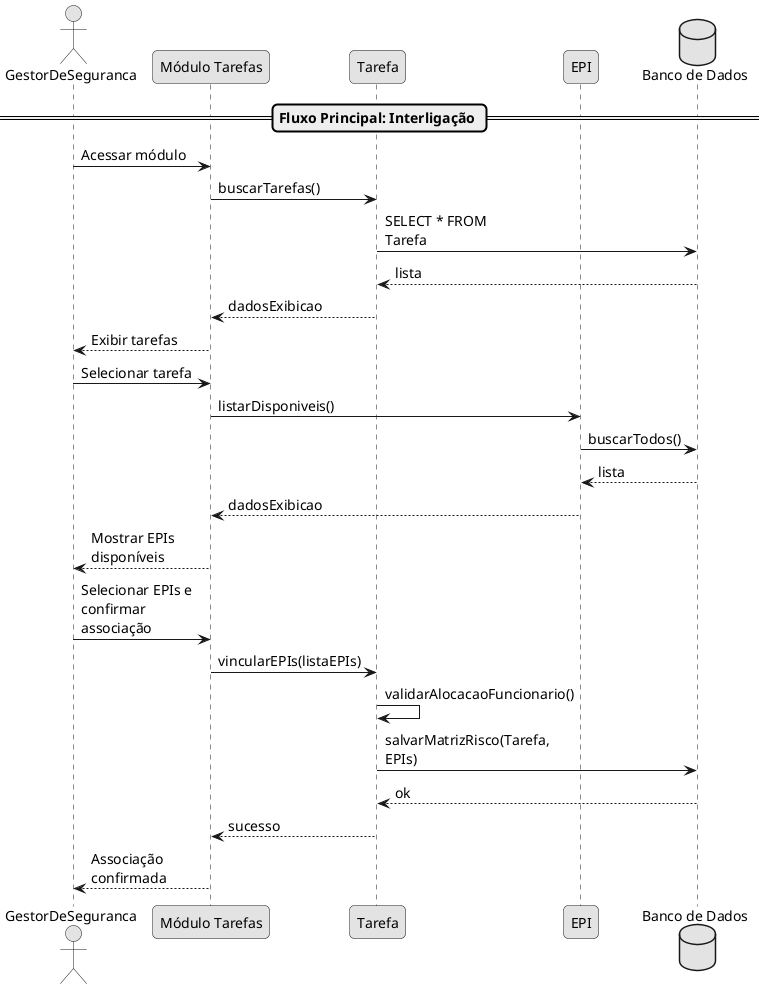
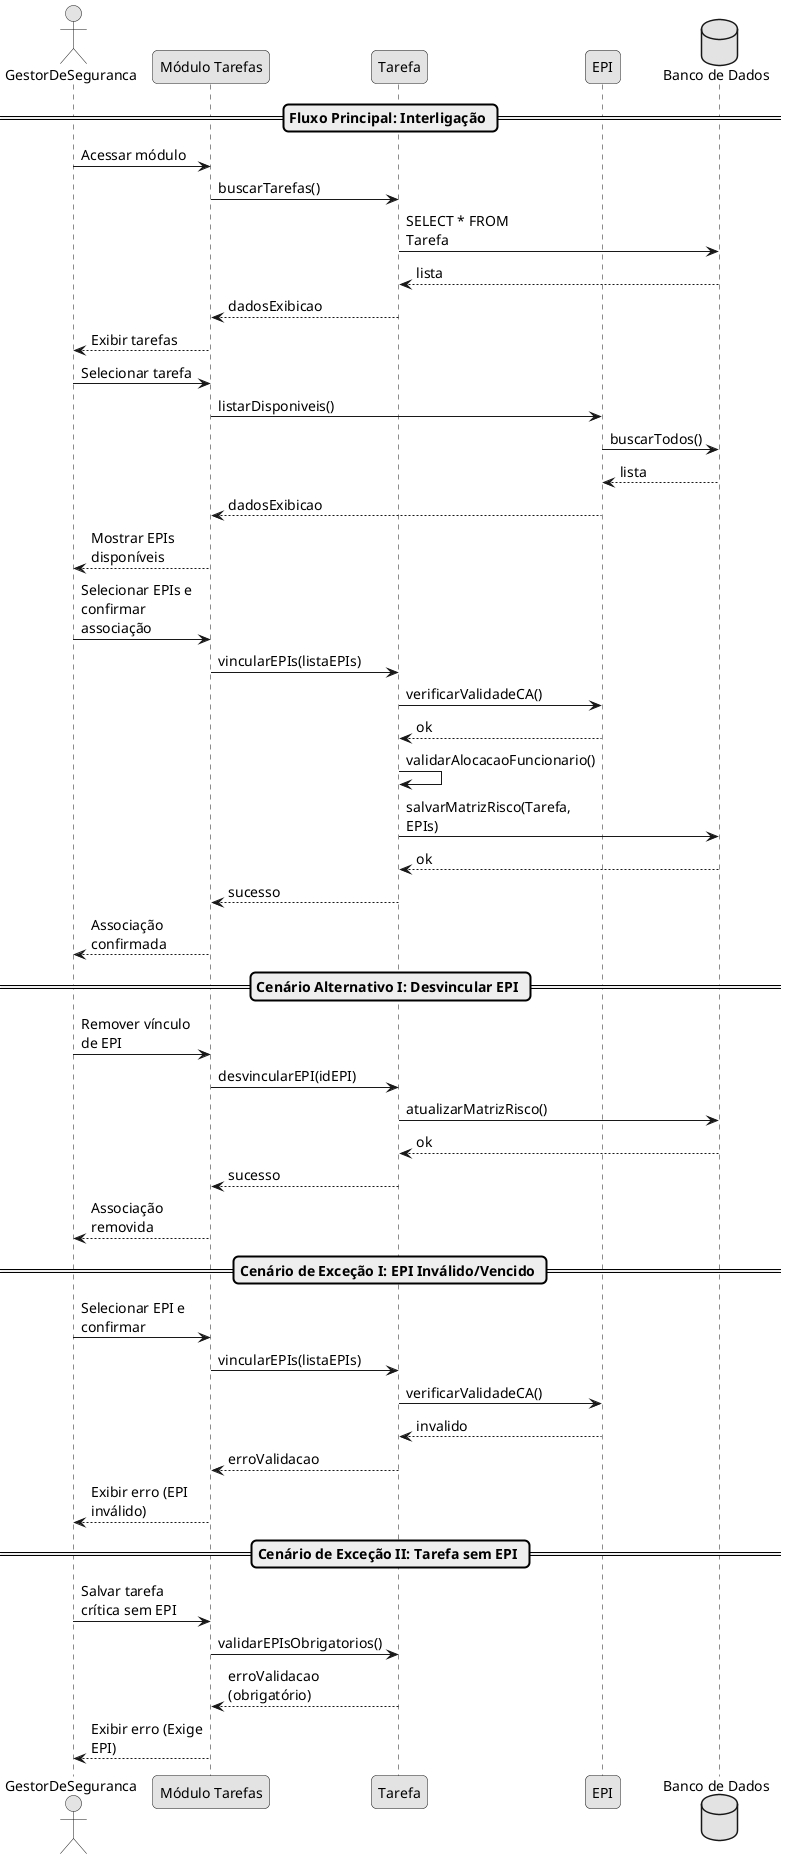
@startuml
skinparam monochrome true
skinparam shadowing false
skinparam defaultFontName Arial
skinparam defaultFontSize 14
skinparam roundcorner 10
skinparam maxmessagesize 120

actor "GestorDeSeguranca" as Gestor
participant "Módulo Tarefas" as UI
participant "Tarefa" as Tarefa
participant "EPI" as EPI
database "Banco de Dados" as DB

== Fluxo Principal: Interligação ==
Gestor -> UI : Acessar módulo
UI -> Tarefa : buscarTarefas()
Tarefa -> DB : SELECT * FROM Tarefa
DB --> Tarefa : lista
Tarefa --> UI : dadosExibicao
UI --> Gestor : Exibir tarefas

Gestor -> UI : Selecionar tarefa
UI -> EPI : listarDisponiveis()
EPI -> DB : buscarTodos()
DB --> EPI : lista
EPI --> UI : dadosExibicao
UI --> Gestor : Mostrar EPIs disponíveis

Gestor -> UI : Selecionar EPIs e confirmar associação
UI -> Tarefa : vincularEPIs(listaEPIs)
+ Tarefa -> EPI : verificarValidadeCA()
+ EPI --> Tarefa : ok
Tarefa -> Tarefa : validarAlocacaoFuncionario()
Tarefa -> DB : salvarMatrizRisco(Tarefa, EPIs)
DB --> Tarefa : ok
Tarefa --> UI : sucesso
UI --> Gestor : Associação confirmada
+ 
+ == Cenário Alternativo I: Desvincular EPI ==
+ Gestor -> UI : Remover vínculo de EPI
+ UI -> Tarefa : desvincularEPI(idEPI)
+ Tarefa -> DB : atualizarMatrizRisco()
+ DB --> Tarefa : ok
+ Tarefa --> UI : sucesso
+ UI --> Gestor : Associação removida
+ 
+ == Cenário de Exceção I: EPI Inválido/Vencido ==
+ Gestor -> UI : Selecionar EPI e confirmar
+ UI -> Tarefa : vincularEPIs(listaEPIs)
+ Tarefa -> EPI : verificarValidadeCA()
+ EPI --> Tarefa : invalido
+ Tarefa --> UI : erroValidacao
+ UI --> Gestor : Exibir erro (EPI inválido)
+ 
+ == Cenário de Exceção II: Tarefa sem EPI ==
+ Gestor -> UI : Salvar tarefa crítica sem EPI
+ UI -> Tarefa : validarEPIsObrigatorios()
+ Tarefa --> UI : erroValidacao (obrigatório)
+ UI --> Gestor : Exibir erro (Exige EPI)
@enduml
